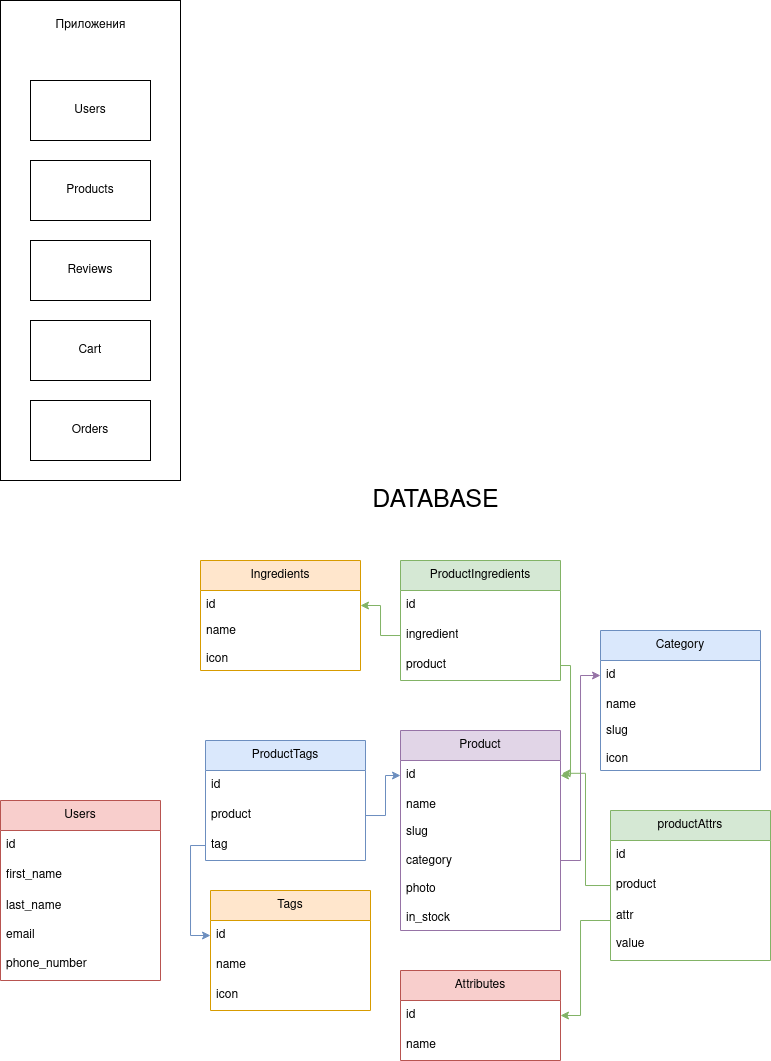
Earlier version of the draw.io export riksha_plan.png (SaD-Pr0gEr/riksha_sushibar). Source tidied: cells renumbered, new cells last; positions are measured from the earlier drawing's top-left corner, leaving out a move shared by most shapes. Source of this version:
```xml
<mxGraphModel background="#FFFFFF">
  <root>
    <mxCell id="0" />
    <mxCell id="1" parent="0" />
    <mxCell id="2" value="Users" style="swimlane;fontStyle=0;horizontal=1;startSize=30;whiteSpace=wrap;html=1;fillColor=#f8cecc;strokeColor=#b85450;" parent="1" vertex="1">
      <mxGeometry y="800" width="160" height="180" as="geometry" />
    </mxCell>
    <mxCell id="3" value="id" style="text;strokeColor=none;fillColor=none;align=left;verticalAlign=middle;spacingLeft=4;spacingRight=4;overflow=hidden;whiteSpace=wrap;html=1;" parent="2" vertex="1">
      <mxGeometry y="30" width="160" height="30" as="geometry" />
    </mxCell>
    <mxCell id="4" value="first_name" style="text;strokeColor=none;fillColor=none;align=left;verticalAlign=middle;spacingLeft=4;spacingRight=4;overflow=hidden;whiteSpace=wrap;html=1;" parent="2" vertex="1">
      <mxGeometry y="60" width="160" height="30" as="geometry" />
    </mxCell>
    <mxCell id="5" value="&lt;div&gt;last_name&lt;/div&gt;&lt;div&gt;&lt;br&gt;&lt;/div&gt;&lt;div&gt;email&lt;/div&gt;&lt;div&gt;&lt;br&gt;&lt;/div&gt;&lt;div&gt;phone_number&lt;br&gt;&lt;/div&gt;" style="text;strokeColor=none;fillColor=none;align=left;verticalAlign=middle;spacingLeft=4;spacingRight=4;overflow=hidden;whiteSpace=wrap;html=1;" parent="2" vertex="1">
      <mxGeometry y="90" width="160" height="90" as="geometry" />
    </mxCell>
    <mxCell id="6" value="&lt;font style=&quot;font-size: 25px;&quot;&gt;DATABASE&lt;/font&gt;" style="text;html=1;align=center;verticalAlign=middle;strokeColor=none;fillColor=none;" parent="1" vertex="1">
      <mxGeometry x="360" y="480" width="150" height="40" as="geometry" />
    </mxCell>
    <mxCell id="7" value="Category" style="swimlane;fontStyle=0;horizontal=1;startSize=30;whiteSpace=wrap;html=1;fillColor=#dae8fc;strokeColor=#6c8ebf;" parent="1" vertex="1">
      <mxGeometry x="600" y="630" width="160" height="140" as="geometry" />
    </mxCell>
    <mxCell id="8" value="id" style="text;strokeColor=none;fillColor=none;align=left;verticalAlign=middle;spacingLeft=4;spacingRight=4;overflow=hidden;points=[[0,0.5],[1,0.5]];portConstraint=eastwest;whiteSpace=wrap;html=1;" parent="7" vertex="1">
      <mxGeometry y="30" width="160" height="30" as="geometry" />
    </mxCell>
    <mxCell id="9" value="name" style="text;strokeColor=none;fillColor=none;align=left;verticalAlign=middle;spacingLeft=4;spacingRight=4;overflow=hidden;whiteSpace=wrap;html=1;" parent="7" vertex="1">
      <mxGeometry y="60" width="160" height="30" as="geometry" />
    </mxCell>
    <mxCell id="10" value="&lt;div&gt;slug&lt;/div&gt;&lt;div&gt;&lt;br&gt;&lt;/div&gt;&lt;div&gt;icon&lt;br&gt;&lt;/div&gt;" style="text;strokeColor=none;fillColor=none;align=left;verticalAlign=middle;spacingLeft=4;spacingRight=4;overflow=hidden;whiteSpace=wrap;html=1;" parent="7" vertex="1">
      <mxGeometry y="90" width="160" height="50" as="geometry" />
    </mxCell>
    <mxCell id="11" style="group;" parent="1" vertex="1">
      <mxGeometry width="180" height="480" as="geometry" />
    </mxCell>
    <mxCell id="12" style="rounded=0;whiteSpace=wrap;html=1;fillColor=none;glass=0;gradientColor=none;fillStyle=dashed;" parent="11" vertex="1">
      <mxGeometry width="180" height="480" as="geometry" />
    </mxCell>
    <mxCell id="13" style="group;" parent="11" vertex="1">
      <mxGeometry x="30" y="10" width="120" height="450" as="geometry" />
    </mxCell>
    <mxCell id="14" value="Products" style="rounded=0;whiteSpace=wrap;html=1;" parent="13" vertex="1">
      <mxGeometry y="150" width="120" height="60" as="geometry" />
    </mxCell>
    <mxCell id="15" value="Cart" style="rounded=0;whiteSpace=wrap;html=1;" parent="13" vertex="1">
      <mxGeometry y="310" width="120" height="60" as="geometry" />
    </mxCell>
    <mxCell id="16" value="Orders" style="rounded=0;whiteSpace=wrap;html=1;" parent="13" vertex="1">
      <mxGeometry y="390" width="120" height="60" as="geometry" />
    </mxCell>
    <mxCell id="17" value="Users" style="rounded=0;whiteSpace=wrap;html=1;" parent="13" vertex="1">
      <mxGeometry y="70" width="120" height="60" as="geometry" />
    </mxCell>
    <mxCell id="18" value="Reviews" style="rounded=0;whiteSpace=wrap;html=1;" parent="13" vertex="1">
      <mxGeometry y="230" width="120" height="60" as="geometry" />
    </mxCell>
    <mxCell id="19" value="Приложения" style="text;html=1;align=center;verticalAlign=middle;strokeColor=none;fillColor=none;" parent="13" vertex="1">
      <mxGeometry x="15" width="90" height="30" as="geometry" />
    </mxCell>
    <mxCell id="20" value="Product" style="swimlane;fontStyle=0;horizontal=1;startSize=30;whiteSpace=wrap;html=1;fillColor=#e1d5e7;strokeColor=#9673a6;" parent="1" vertex="1">
      <mxGeometry x="400" y="730" width="160" height="200" as="geometry" />
    </mxCell>
    <mxCell id="21" value="id" style="text;strokeColor=none;fillColor=none;align=left;verticalAlign=middle;spacingLeft=4;spacingRight=4;overflow=hidden;points=[[0,0.5],[1,0.5]];portConstraint=eastwest;whiteSpace=wrap;html=1;" parent="20" vertex="1">
      <mxGeometry y="30" width="160" height="30" as="geometry" />
    </mxCell>
    <mxCell id="22" value="name" style="text;strokeColor=none;fillColor=none;align=left;verticalAlign=middle;spacingLeft=4;spacingRight=4;overflow=hidden;whiteSpace=wrap;html=1;" parent="20" vertex="1">
      <mxGeometry y="60" width="160" height="30" as="geometry" />
    </mxCell>
    <mxCell id="23" value="&lt;div&gt;slug&lt;/div&gt;&lt;div&gt;&lt;br&gt;&lt;/div&gt;&lt;div&gt;category&lt;/div&gt;&lt;div&gt;&lt;br&gt;&lt;/div&gt;&lt;div&gt;photo&lt;/div&gt;&lt;div&gt;&lt;br&gt;&lt;/div&gt;&lt;div&gt;in_stock&lt;br&gt;&lt;/div&gt;" style="text;strokeColor=none;fillColor=none;align=left;verticalAlign=middle;spacingLeft=4;spacingRight=4;overflow=hidden;points=[[0,0.5],[1,0.5]];portConstraint=eastwest;whiteSpace=wrap;html=1;" parent="20" vertex="1">
      <mxGeometry y="90" width="160" height="110" as="geometry" />
    </mxCell>
    <mxCell id="24" value="Tags" style="swimlane;fontStyle=0;horizontal=1;startSize=30;whiteSpace=wrap;html=1;fillColor=#ffe6cc;strokeColor=#d79b00;" parent="1" vertex="1">
      <mxGeometry x="210" y="890" width="160" height="120" as="geometry" />
    </mxCell>
    <mxCell id="25" value="id" style="text;strokeColor=none;fillColor=none;align=left;verticalAlign=middle;spacingLeft=4;spacingRight=4;overflow=hidden;points=[[0,0.5],[1,0.5]];portConstraint=eastwest;whiteSpace=wrap;html=1;" parent="24" vertex="1">
      <mxGeometry y="30" width="160" height="30" as="geometry" />
    </mxCell>
    <mxCell id="26" value="name" style="text;strokeColor=none;fillColor=none;align=left;verticalAlign=middle;spacingLeft=4;spacingRight=4;overflow=hidden;whiteSpace=wrap;html=1;" parent="24" vertex="1">
      <mxGeometry y="60" width="160" height="30" as="geometry" />
    </mxCell>
    <mxCell id="27" value="icon" style="text;strokeColor=none;fillColor=none;align=left;verticalAlign=middle;spacingLeft=4;spacingRight=4;overflow=hidden;whiteSpace=wrap;html=1;" parent="24" vertex="1">
      <mxGeometry y="90" width="160" height="30" as="geometry" />
    </mxCell>
    <mxCell id="28" value="Attributes" style="swimlane;fontStyle=0;horizontal=1;startSize=30;whiteSpace=wrap;html=1;fillColor=#f8cecc;strokeColor=#b85450;" parent="1" vertex="1">
      <mxGeometry x="400" y="970" width="160" height="90" as="geometry" />
    </mxCell>
    <mxCell id="29" value="id" style="text;strokeColor=none;fillColor=none;align=left;verticalAlign=middle;spacingLeft=4;spacingRight=4;overflow=hidden;whiteSpace=wrap;html=1;" parent="28" vertex="1">
      <mxGeometry y="30" width="160" height="30" as="geometry" />
    </mxCell>
    <mxCell id="30" value="name" style="text;strokeColor=none;fillColor=none;align=left;verticalAlign=middle;spacingLeft=4;spacingRight=4;overflow=hidden;whiteSpace=wrap;html=1;" parent="28" vertex="1">
      <mxGeometry y="60" width="160" height="30" as="geometry" />
    </mxCell>
    <mxCell id="31" value="productAttrs" style="swimlane;fontStyle=0;horizontal=1;startSize=30;whiteSpace=wrap;html=1;fillColor=#d5e8d4;strokeColor=#82b366;" parent="1" vertex="1">
      <mxGeometry x="610" y="810" width="160" height="150" as="geometry" />
    </mxCell>
    <mxCell id="32" value="id" style="text;strokeColor=none;fillColor=none;align=left;verticalAlign=middle;spacingLeft=4;spacingRight=4;overflow=hidden;whiteSpace=wrap;html=1;" parent="31" vertex="1">
      <mxGeometry y="30" width="160" height="30" as="geometry" />
    </mxCell>
    <mxCell id="33" value="product" style="text;strokeColor=none;fillColor=none;align=left;verticalAlign=middle;spacingLeft=4;spacingRight=4;overflow=hidden;points=[[0,0.5],[1,0.5]];portConstraint=eastwest;whiteSpace=wrap;html=1;" parent="31" vertex="1">
      <mxGeometry y="60" width="160" height="30" as="geometry" />
    </mxCell>
    <mxCell id="34" value="&lt;div&gt;attr&lt;/div&gt;&lt;div&gt;&lt;br&gt;&lt;/div&gt;&lt;div&gt;value&lt;br&gt;&lt;/div&gt;" style="text;strokeColor=none;fillColor=none;align=left;verticalAlign=middle;spacingLeft=4;spacingRight=4;overflow=hidden;points=[[0,0.5],[1,0.5]];portConstraint=eastwest;whiteSpace=wrap;html=1;" parent="31" vertex="1">
      <mxGeometry y="90" width="160" height="60" as="geometry" />
    </mxCell>
    <mxCell id="35" style="edgeStyle=orthogonalEdgeStyle;rounded=0;jettySize=auto;html=1;entryX=1;entryY=0.5;entryDx=0;entryDy=0;fillColor=#d5e8d4;strokeColor=#82b366;" parent="1" edge="1" source="34" target="28">
      <mxGeometry relative="1" as="geometry">
        <Array as="points">
          <mxPoint x="580" y="920" />
          <mxPoint x="580" y="1015" />
        </Array>
      </mxGeometry>
    </mxCell>
    <mxCell id="36" value="ProductTags" style="swimlane;fontStyle=0;horizontal=1;startSize=30;whiteSpace=wrap;html=1;fillColor=#dae8fc;strokeColor=#6c8ebf;" parent="1" vertex="1">
      <mxGeometry x="205" y="740" width="160" height="120" as="geometry" />
    </mxCell>
    <mxCell id="37" value="id" style="text;strokeColor=none;fillColor=none;align=left;verticalAlign=middle;spacingLeft=4;spacingRight=4;overflow=hidden;whiteSpace=wrap;html=1;" parent="36" vertex="1">
      <mxGeometry y="30" width="160" height="30" as="geometry" />
    </mxCell>
    <mxCell id="38" value="product" style="text;strokeColor=none;fillColor=none;align=left;verticalAlign=middle;spacingLeft=4;spacingRight=4;overflow=hidden;points=[[0,0.5],[1,0.5]];portConstraint=eastwest;whiteSpace=wrap;html=1;" parent="36" vertex="1">
      <mxGeometry y="60" width="160" height="30" as="geometry" />
    </mxCell>
    <mxCell id="39" value="tag" style="text;strokeColor=none;fillColor=none;align=left;verticalAlign=middle;spacingLeft=4;spacingRight=4;overflow=hidden;points=[[0,0.5],[1,0.5]];portConstraint=eastwest;whiteSpace=wrap;html=1;" parent="36" vertex="1">
      <mxGeometry y="90" width="160" height="30" as="geometry" />
    </mxCell>
    <mxCell id="40" style="edgeStyle=orthogonalEdgeStyle;rounded=0;jettySize=auto;html=1;entryX=0;entryY=0.5;entryDx=0;entryDy=0;fillColor=#dae8fc;strokeColor=#6c8ebf;" parent="1" edge="1" source="38" target="21">
      <mxGeometry relative="1" as="geometry">
        <Array as="points">
          <mxPoint x="385" y="815" />
          <mxPoint x="385" y="775" />
        </Array>
      </mxGeometry>
    </mxCell>
    <mxCell id="41" style="edgeStyle=orthogonalEdgeStyle;rounded=0;jettySize=auto;html=1;entryX=0;entryY=0.5;entryDx=0;entryDy=0;fillColor=#dae8fc;strokeColor=#6c8ebf;" parent="1" edge="1" source="39" target="25">
      <mxGeometry relative="1" as="geometry">
        <Array as="points">
          <mxPoint x="190" y="845" />
          <mxPoint x="190" y="935" />
        </Array>
      </mxGeometry>
    </mxCell>
    <mxCell id="42" style="edgeStyle=orthogonalEdgeStyle;rounded=0;jettySize=auto;html=1;entryX=1.01;entryY=0.427;entryDx=0;entryDy=0;entryPerimeter=0;fillColor=#d5e8d4;strokeColor=#82b366;" parent="1" edge="1" source="33" target="21">
      <mxGeometry relative="1" as="geometry" />
    </mxCell>
    <mxCell id="43" style="edgeStyle=orthogonalEdgeStyle;rounded=0;jettySize=auto;html=1;entryX=0;entryY=0.5;entryDx=0;entryDy=0;fillColor=#e1d5e7;strokeColor=#9673a6;" parent="1" edge="1" source="23" target="8">
      <mxGeometry relative="1" as="geometry">
        <Array as="points">
          <mxPoint x="580" y="860" />
          <mxPoint x="580" y="675" />
        </Array>
      </mxGeometry>
    </mxCell>
    <mxCell id="44" value="Ingredients" style="swimlane;fontStyle=0;horizontal=1;startSize=30;whiteSpace=wrap;html=1;fillColor=#ffe6cc;strokeColor=#d79b00;" parent="1" vertex="1">
      <mxGeometry x="200" y="560" width="160" height="110" as="geometry" />
    </mxCell>
    <mxCell id="45" value="id" style="text;strokeColor=none;fillColor=none;align=left;verticalAlign=middle;spacingLeft=4;spacingRight=4;overflow=hidden;points=[[0,0.5],[1,0.5]];portConstraint=eastwest;whiteSpace=wrap;html=1;" parent="44" vertex="1">
      <mxGeometry y="30" width="160" height="30" as="geometry" />
    </mxCell>
    <mxCell id="46" value="&lt;div&gt;name&lt;/div&gt;&lt;div&gt;&lt;br&gt;&lt;/div&gt;&lt;div&gt;icon&lt;br&gt;&lt;/div&gt;" style="text;strokeColor=none;fillColor=none;align=left;verticalAlign=middle;spacingLeft=4;spacingRight=4;overflow=hidden;whiteSpace=wrap;html=1;" parent="44" vertex="1">
      <mxGeometry y="60" width="160" height="50" as="geometry" />
    </mxCell>
    <mxCell id="47" value="ProductIngredients" style="swimlane;fontStyle=0;horizontal=1;startSize=30;whiteSpace=wrap;html=1;fillColor=#d5e8d4;strokeColor=#82b366;" parent="1" vertex="1">
      <mxGeometry x="400" y="560" width="160" height="120" as="geometry" />
    </mxCell>
    <mxCell id="48" value="id" style="text;strokeColor=none;fillColor=none;align=left;verticalAlign=middle;spacingLeft=4;spacingRight=4;overflow=hidden;whiteSpace=wrap;html=1;" parent="47" vertex="1">
      <mxGeometry y="30" width="160" height="30" as="geometry" />
    </mxCell>
    <mxCell id="49" value="ingredient" style="text;strokeColor=none;fillColor=none;align=left;verticalAlign=middle;spacingLeft=4;spacingRight=4;overflow=hidden;points=[[0,0.5],[1,0.5]];portConstraint=eastwest;whiteSpace=wrap;html=1;" parent="47" vertex="1">
      <mxGeometry y="60" width="160" height="30" as="geometry" />
    </mxCell>
    <mxCell id="50" value="product" style="text;strokeColor=none;fillColor=none;align=left;verticalAlign=middle;spacingLeft=4;spacingRight=4;overflow=hidden;points=[[0,0.5],[1,0.5]];portConstraint=eastwest;whiteSpace=wrap;html=1;" parent="47" vertex="1">
      <mxGeometry y="90" width="160" height="30" as="geometry" />
    </mxCell>
    <mxCell id="51" style="edgeStyle=orthogonalEdgeStyle;rounded=0;jettySize=auto;html=1;entryX=1;entryY=0.5;entryDx=0;entryDy=0;fillColor=#d5e8d4;strokeColor=#82b366;" parent="1" edge="1" source="49" target="45">
      <mxGeometry relative="1" as="geometry" />
    </mxCell>
    <mxCell id="52" style="edgeStyle=orthogonalEdgeStyle;rounded=0;jettySize=auto;html=1;entryX=1;entryY=0.5;entryDx=0;entryDy=0;fillColor=#d5e8d4;strokeColor=#82b366;" parent="1" edge="1" source="50" target="21">
      <mxGeometry relative="1" as="geometry">
        <Array as="points">
          <mxPoint x="570" y="665" />
          <mxPoint x="570" y="775" />
        </Array>
      </mxGeometry>
    </mxCell>
  </root>
</mxGraphModel>
```
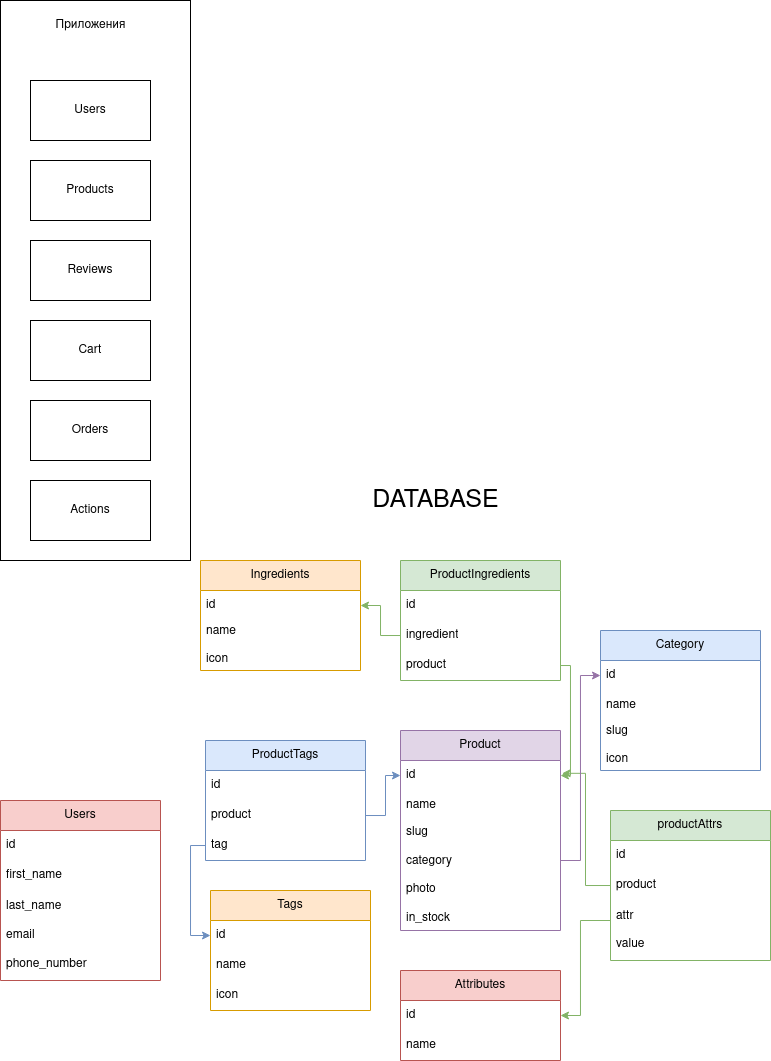
Later version of the same file.

The edit, as a diff of the source:
```diff
@@ -30,10 +30,10 @@
       <mxGeometry y="90" width="160" height="50" as="geometry" />
     </mxCell>
     <mxCell id="11" style="group;" parent="1" vertex="1">
-      <mxGeometry width="180" height="480" as="geometry" />
+      <mxGeometry width="190" height="560" as="geometry" />
     </mxCell>
     <mxCell id="12" style="rounded=0;whiteSpace=wrap;html=1;fillColor=none;glass=0;gradientColor=none;fillStyle=dashed;" parent="11" vertex="1">
-      <mxGeometry width="180" height="480" as="geometry" />
+      <mxGeometry width="190" height="560" as="geometry" />
     </mxCell>
     <mxCell id="13" style="group;" parent="11" vertex="1">
       <mxGeometry x="30" y="10" width="120" height="450" as="geometry" />
@@ -56,6 +56,9 @@
     <mxCell id="19" value="Приложения" style="text;html=1;align=center;verticalAlign=middle;strokeColor=none;fillColor=none;" parent="13" vertex="1">
       <mxGeometry x="15" width="90" height="30" as="geometry" />
     </mxCell>
+    <mxCell id="53" value="Actions" style="rounded=0;whiteSpace=wrap;html=1;" parent="11" vertex="1">
+      <mxGeometry x="30" y="480" width="120" height="60" as="geometry" />
+    </mxCell>
     <mxCell id="20" value="Product" style="swimlane;fontStyle=0;horizontal=1;startSize=30;whiteSpace=wrap;html=1;fillColor=#e1d5e7;strokeColor=#9673a6;" parent="1" vertex="1">
       <mxGeometry x="400" y="730" width="160" height="200" as="geometry" />
     </mxCell>
```
